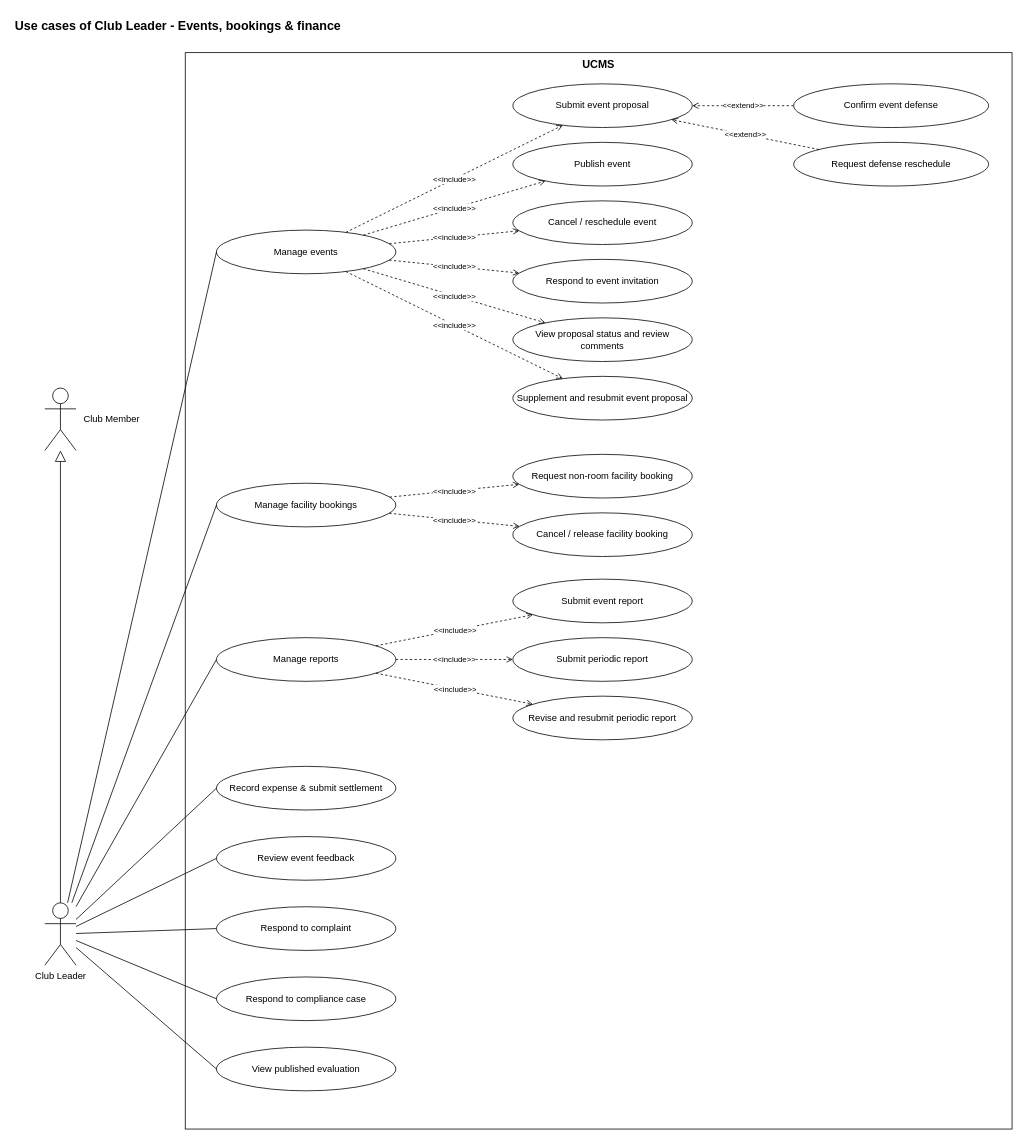
This is page "Club Leader - Events, bookings & finance" (6 of 9) of docs/03-diagrams/UCMS_UseCase_ByActor.drawio from nvdekay/ClubManagementSystem, a draw.io file, before an edit. Source tidied: cells renumbered, new cells numbered last; positions are measured from the earlier drawing's top-left corner, leaving out a move shared by most shapes. Both pictures are drawn from the tidied source at 78%, with x=0, y=0 at pixel (13, 13).
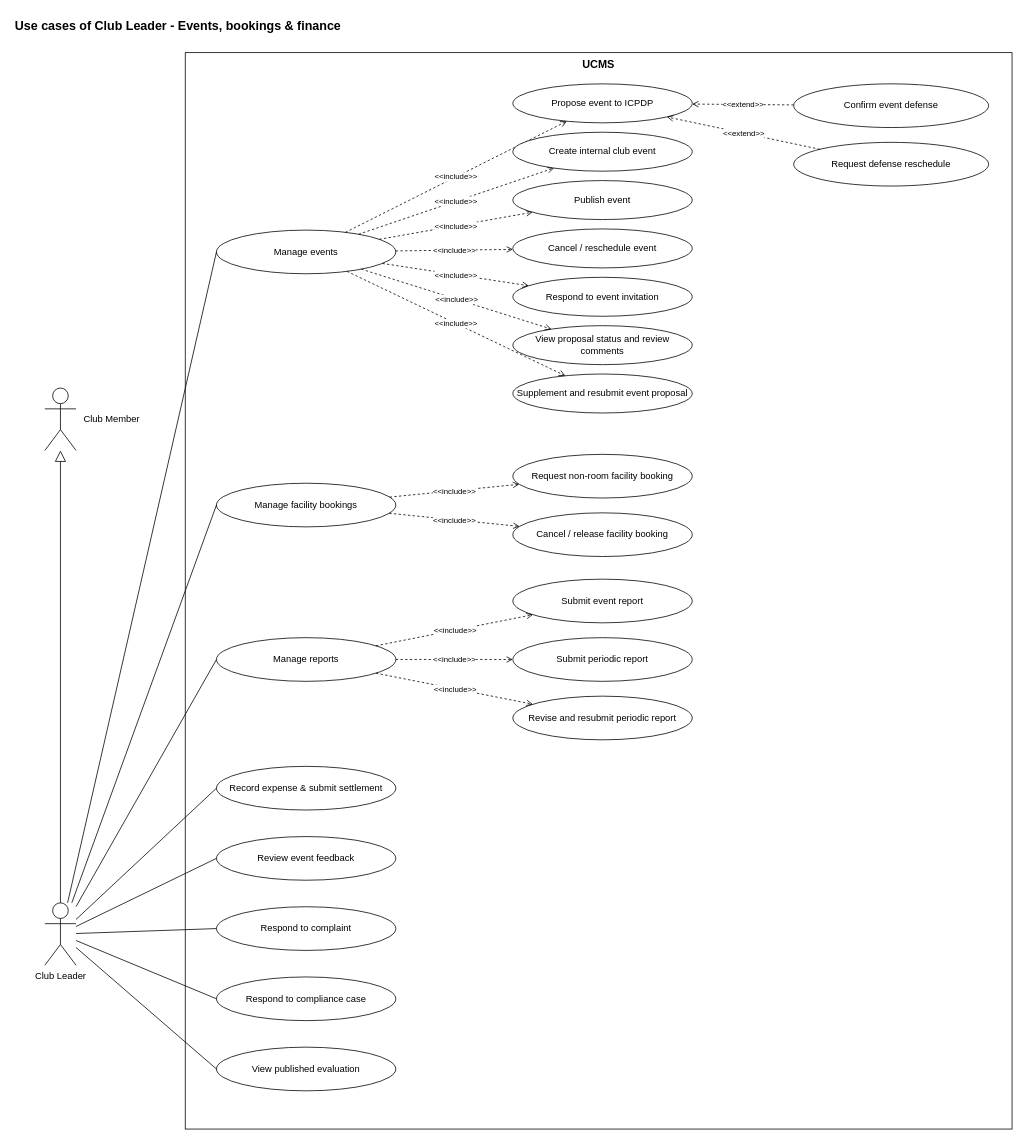
The same diagram, later.

Commit message (it also covers changes not shown here):
docs(diagrams): update event lifecycle and internal club event diagrams

The change refers to these unchanged cells:
```xml
<mxCell id="7" value="Manage events" style="ellipse;whiteSpace=wrap;html=1;fillColor=#ffffff;strokeColor=#000000;fontSize=12;" parent="1" vertex="1">
  <mxGeometry x="260" y="277.5" width="230" height="56" as="geometry" />
</mxCell>
```

Change to the diagram source:
```diff
@@
-    <mxCell id="9" value="Submit event proposal" style="ellipse;whiteSpace=wrap;html=1;fillColor=#ffffff;strokeColor=#000000;fontSize=12;" parent="1" vertex="1">
-      <mxGeometry x="640" y="90" width="230" height="56" as="geometry" />
+    <mxCell id="9" value="Propose event to ICPDP" style="ellipse;whiteSpace=wrap;html=1;fillColor=#ffffff;strokeColor=#000000;fontSize=12;" parent="1" vertex="1">
+      <mxGeometry x="640" y="90" width="230" height="50" as="geometry" />
     </mxCell>
@@
+    <mxCell id="49" value="Create internal club event" style="ellipse;whiteSpace=wrap;html=1;fillColor=#ffffff;strokeColor=#000000;fontSize=12;" parent="1" vertex="1">
+      <mxGeometry x="640" y="152" width="230" height="50" as="geometry" />
+    </mxCell>
+    <mxCell id="50" value="&amp;lt;&amp;lt;include&amp;gt;&amp;gt;" style="endArrow=open;dashed=1;html=1;strokeColor=#000000;fontSize=10;labelBackgroundColor=#ffffff;" parent="1" edge="1" source="7" target="49">
+      <mxGeometry relative="1" as="geometry" />
+    </mxCell>
     <mxCell id="11" value="Publish event" style="ellipse;whiteSpace=wrap;html=1;fillColor=#ffffff;strokeColor=#000000;fontSize=12;" parent="1" vertex="1">
-      <mxGeometry x="640" y="165" width="230" height="56" as="geometry" />
+      <mxGeometry x="640" y="214" width="230" height="50" as="geometry" />
     </mxCell>
@@
     <mxCell id="13" value="Cancel / reschedule event" style="ellipse;whiteSpace=wrap;html=1;fillColor=#ffffff;strokeColor=#000000;fontSize=12;" parent="1" vertex="1">
-      <mxGeometry x="640" y="240" width="230" height="56" as="geometry" />
+      <mxGeometry x="640" y="276" width="230" height="50" as="geometry" />
     </mxCell>
@@
     <mxCell id="15" value="Respond to event invitation" style="ellipse;whiteSpace=wrap;html=1;fillColor=#ffffff;strokeColor=#000000;fontSize=12;" parent="1" vertex="1">
-      <mxGeometry x="640" y="315" width="230" height="56" as="geometry" />
+      <mxGeometry x="640" y="338" width="230" height="50" as="geometry" />
     </mxCell>
@@
     <mxCell id="17" value="View proposal status and review comments" style="ellipse;whiteSpace=wrap;html=1;fillColor=#ffffff;strokeColor=#000000;fontSize=12;" parent="1" vertex="1">
-      <mxGeometry x="640" y="390" width="230" height="56" as="geometry" />
+      <mxGeometry x="640" y="400" width="230" height="50" as="geometry" />
     </mxCell>
@@
     <mxCell id="19" value="Supplement and resubmit event proposal" style="ellipse;whiteSpace=wrap;html=1;fillColor=#ffffff;strokeColor=#000000;fontSize=12;" parent="1" vertex="1">
-      <mxGeometry x="640" y="465" width="230" height="56" as="geometry" />
+      <mxGeometry x="640" y="462" width="230" height="50" as="geometry" />
     </mxCell>
```
